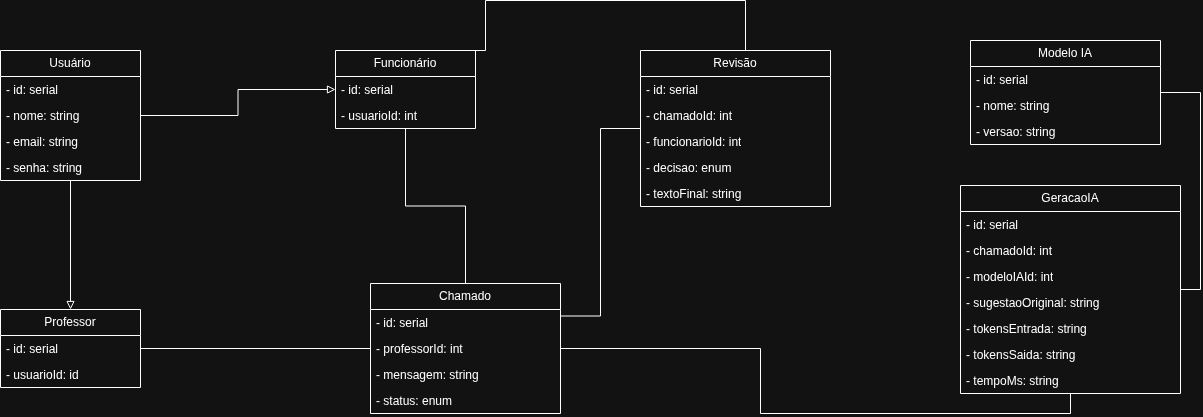
kaue0000/teaH keeps this draw.io diagram as backend/docs/diagrama-de-classes.png. Above is the earlier version. Source tidied: cells renumbered, new cells last; positions are measured from the earlier drawing's top-left corner, leaving out a move shared by most shapes. Its diagram source:
```xml
<mxGraphModel>
  <root>
    <mxCell id="0" />
    <mxCell id="1" parent="0" />
    <mxCell id="2" style="edgeStyle=orthogonalEdgeStyle;rounded=0;jettySize=auto;html=1;entryX=0;entryY=0.5;entryDx=0;entryDy=0;defaultLabelBackgroundColor=page;endArrow=none;endFill=0;" parent="1" edge="1" source="3" target="7">
      <mxGeometry relative="1" as="geometry" />
    </mxCell>
    <mxCell id="3" value="Professor" style="swimlane;fontStyle=0;horizontal=1;startSize=26;fillColor=none;whiteSpace=wrap;html=1;" parent="1" vertex="1">
      <mxGeometry y="309" width="140" height="78" as="geometry" />
    </mxCell>
    <mxCell id="4" value="- id: serial" style="text;strokeColor=none;fillColor=none;align=left;verticalAlign=top;spacingLeft=4;spacingRight=4;overflow=hidden;whiteSpace=wrap;html=1;" parent="3" vertex="1">
      <mxGeometry y="26" width="140" height="26" as="geometry" />
    </mxCell>
    <mxCell id="5" value="- usuarioId: id" style="text;strokeColor=none;fillColor=none;align=left;verticalAlign=top;spacingLeft=4;spacingRight=4;overflow=hidden;whiteSpace=wrap;html=1;" parent="3" vertex="1">
      <mxGeometry y="52" width="140" height="26" as="geometry" />
    </mxCell>
    <mxCell id="6" style="edgeStyle=orthogonalEdgeStyle;rounded=0;jettySize=auto;html=1;entryX=0.5;entryY=1;entryDx=0;entryDy=0;defaultLabelBackgroundColor=page;endArrow=none;endFill=0;" parent="1" edge="1" source="7" target="17">
      <mxGeometry relative="1" as="geometry" />
    </mxCell>
    <mxCell id="7" value="Chamado" style="swimlane;fontStyle=0;horizontal=1;startSize=26;fillColor=none;whiteSpace=wrap;html=1;" parent="1" vertex="1">
      <mxGeometry x="370" y="283" width="190" height="130" as="geometry" />
    </mxCell>
    <mxCell id="8" value="- id: serial" style="text;strokeColor=none;fillColor=none;align=left;verticalAlign=top;spacingLeft=4;spacingRight=4;overflow=hidden;whiteSpace=wrap;html=1;" parent="7" vertex="1">
      <mxGeometry y="26" width="190" height="26" as="geometry" />
    </mxCell>
    <mxCell id="9" value="- professorId: int" style="text;strokeColor=none;fillColor=none;align=left;verticalAlign=top;spacingLeft=4;spacingRight=4;overflow=hidden;whiteSpace=wrap;html=1;" parent="7" vertex="1">
      <mxGeometry y="52" width="190" height="26" as="geometry" />
    </mxCell>
    <mxCell id="10" value="- mensagem: string" style="text;strokeColor=none;fillColor=none;align=left;verticalAlign=top;spacingLeft=4;spacingRight=4;overflow=hidden;whiteSpace=wrap;html=1;" parent="7" vertex="1">
      <mxGeometry y="78" width="190" height="26" as="geometry" />
    </mxCell>
    <mxCell id="11" value="- status: enum" style="text;strokeColor=none;fillColor=none;align=left;verticalAlign=top;spacingLeft=4;spacingRight=4;overflow=hidden;whiteSpace=wrap;html=1;" parent="7" vertex="1">
      <mxGeometry y="104" width="190" height="26" as="geometry" />
    </mxCell>
    <mxCell id="12" style="edgeStyle=orthogonalEdgeStyle;rounded=0;jettySize=auto;html=1;entryX=0.5;entryY=0;entryDx=0;entryDy=0;defaultLabelBackgroundColor=page;endArrow=none;endFill=0;" parent="1" edge="1" source="14" target="7">
      <mxGeometry relative="1" as="geometry" />
    </mxCell>
    <mxCell id="13" style="edgeStyle=orthogonalEdgeStyle;rounded=0;jettySize=auto;html=1;exitX=0.5;exitY=0;exitDx=0;exitDy=0;entryX=0.5;entryY=0;entryDx=0;entryDy=0;defaultLabelBackgroundColor=page;labelPadding=0 4;endArrow=none;endFill=0;" parent="1" edge="1" source="14" target="38">
      <mxGeometry relative="1" as="geometry">
        <Array as="points">
          <mxPoint x="485" />
          <mxPoint x="745" />
          <mxPoint x="745" y="50" />
        </Array>
      </mxGeometry>
    </mxCell>
    <mxCell id="14" value="Funcionário" style="swimlane;fontStyle=0;horizontal=1;startSize=26;fillColor=none;whiteSpace=wrap;html=1;" parent="1" vertex="1">
      <mxGeometry x="335" y="50" width="140" height="78" as="geometry" />
    </mxCell>
    <mxCell id="15" value="- id: serial" style="text;strokeColor=none;fillColor=none;align=left;verticalAlign=top;spacingLeft=4;spacingRight=4;overflow=hidden;whiteSpace=wrap;html=1;" parent="14" vertex="1">
      <mxGeometry y="26" width="140" height="26" as="geometry" />
    </mxCell>
    <mxCell id="16" value="- usuarioId: int" style="text;strokeColor=none;fillColor=none;align=left;verticalAlign=top;spacingLeft=4;spacingRight=4;overflow=hidden;whiteSpace=wrap;html=1;" parent="14" vertex="1">
      <mxGeometry y="52" width="140" height="26" as="geometry" />
    </mxCell>
    <mxCell id="17" value="GeracaoIA" style="swimlane;fontStyle=0;horizontal=1;startSize=26;fillColor=none;whiteSpace=wrap;html=1;" parent="1" vertex="1">
      <mxGeometry x="960" y="185" width="220" height="208" as="geometry" />
    </mxCell>
    <mxCell id="18" value="- id: serial" style="text;strokeColor=none;fillColor=none;align=left;verticalAlign=top;spacingLeft=4;spacingRight=4;overflow=hidden;whiteSpace=wrap;html=1;" parent="17" vertex="1">
      <mxGeometry y="26" width="220" height="26" as="geometry" />
    </mxCell>
    <mxCell id="19" value="- chamadoId: int" style="text;strokeColor=none;fillColor=none;align=left;verticalAlign=top;spacingLeft=4;spacingRight=4;overflow=hidden;whiteSpace=wrap;html=1;" parent="17" vertex="1">
      <mxGeometry y="52" width="220" height="26" as="geometry" />
    </mxCell>
    <mxCell id="20" value="- modeloIAId: int" style="text;strokeColor=none;fillColor=none;align=left;verticalAlign=top;spacingLeft=4;spacingRight=4;overflow=hidden;whiteSpace=wrap;html=1;" parent="17" vertex="1">
      <mxGeometry y="78" width="220" height="26" as="geometry" />
    </mxCell>
    <mxCell id="21" value="- sugestaoOriginal: string" style="text;strokeColor=none;fillColor=none;align=left;verticalAlign=top;spacingLeft=4;spacingRight=4;overflow=hidden;whiteSpace=wrap;html=1;" parent="17" vertex="1">
      <mxGeometry y="104" width="220" height="26" as="geometry" />
    </mxCell>
    <mxCell id="22" value="- tokensEntrada: string" style="text;strokeColor=none;fillColor=none;align=left;verticalAlign=top;spacingLeft=4;spacingRight=4;overflow=hidden;whiteSpace=wrap;html=1;" parent="17" vertex="1">
      <mxGeometry y="130" width="220" height="26" as="geometry" />
    </mxCell>
    <mxCell id="23" value="- tokensSaida: string" style="text;strokeColor=none;fillColor=none;align=left;verticalAlign=top;spacingLeft=4;spacingRight=4;overflow=hidden;whiteSpace=wrap;html=1;" parent="17" vertex="1">
      <mxGeometry y="156" width="220" height="26" as="geometry" />
    </mxCell>
    <mxCell id="24" value="- tempoMs: string" style="text;strokeColor=none;fillColor=none;align=left;verticalAlign=top;spacingLeft=4;spacingRight=4;overflow=hidden;whiteSpace=wrap;html=1;" parent="17" vertex="1">
      <mxGeometry y="182" width="220" height="26" as="geometry" />
    </mxCell>
    <mxCell id="25" style="edgeStyle=orthogonalEdgeStyle;rounded=0;jettySize=auto;html=1;entryX=1;entryY=0.5;entryDx=0;entryDy=0;defaultLabelBackgroundColor=page;labelPadding=0 4;exitX=1;exitY=0.5;exitDx=0;exitDy=0;endArrow=none;endFill=0;" parent="1" edge="1" source="26" target="17">
      <mxGeometry relative="1" as="geometry" />
    </mxCell>
    <mxCell id="26" value="Modelo IA" style="swimlane;fontStyle=0;horizontal=1;startSize=26;fillColor=none;whiteSpace=wrap;html=1;" parent="1" vertex="1">
      <mxGeometry x="970" y="40" width="190" height="104" as="geometry" />
    </mxCell>
    <mxCell id="27" value="- id: serial" style="text;strokeColor=none;fillColor=none;align=left;verticalAlign=top;spacingLeft=4;spacingRight=4;overflow=hidden;whiteSpace=wrap;html=1;" parent="26" vertex="1">
      <mxGeometry y="26" width="190" height="26" as="geometry" />
    </mxCell>
    <mxCell id="28" value="- nome: string" style="text;strokeColor=none;fillColor=none;align=left;verticalAlign=top;spacingLeft=4;spacingRight=4;overflow=hidden;whiteSpace=wrap;html=1;" parent="26" vertex="1">
      <mxGeometry y="52" width="190" height="26" as="geometry" />
    </mxCell>
    <mxCell id="29" value="- versao: string" style="text;strokeColor=none;fillColor=none;align=left;verticalAlign=top;spacingLeft=4;spacingRight=4;overflow=hidden;whiteSpace=wrap;html=1;" parent="26" vertex="1">
      <mxGeometry y="78" width="190" height="26" as="geometry" />
    </mxCell>
    <mxCell id="30" style="edgeStyle=orthogonalEdgeStyle;rounded=0;jettySize=auto;html=1;entryX=0;entryY=0.5;entryDx=0;entryDy=0;defaultLabelBackgroundColor=page;labelPadding=0 4;endArrow=block;endFill=0;exitX=1;exitY=0.5;exitDx=0;exitDy=0;" parent="1" edge="1" source="34" target="14">
      <mxGeometry relative="1" as="geometry" />
    </mxCell>
    <mxCell id="31" style="edgeStyle=orthogonalEdgeStyle;rounded=0;jettySize=auto;html=1;exitX=0.5;exitY=1;exitDx=0;exitDy=0;entryX=0.5;entryY=0;entryDx=0;entryDy=0;defaultLabelBackgroundColor=page;labelPadding=0 4;endArrow=block;endFill=0;" parent="1" edge="1" source="32" target="3">
      <mxGeometry relative="1" as="geometry" />
    </mxCell>
    <mxCell id="32" value="Usuário" style="swimlane;fontStyle=0;horizontal=1;startSize=26;fillColor=none;whiteSpace=wrap;html=1;" parent="1" vertex="1">
      <mxGeometry y="50" width="140" height="130" as="geometry" />
    </mxCell>
    <mxCell id="33" value="- id: serial" style="text;strokeColor=none;fillColor=none;align=left;verticalAlign=top;spacingLeft=4;spacingRight=4;overflow=hidden;whiteSpace=wrap;html=1;" parent="32" vertex="1">
      <mxGeometry y="26" width="140" height="26" as="geometry" />
    </mxCell>
    <mxCell id="34" value="- nome: string" style="text;strokeColor=none;fillColor=none;align=left;verticalAlign=top;spacingLeft=4;spacingRight=4;overflow=hidden;points=[[0,0.5],[1,0.5]];portConstraint=eastwest;whiteSpace=wrap;html=1;" parent="32" vertex="1">
      <mxGeometry y="52" width="140" height="26" as="geometry" />
    </mxCell>
    <mxCell id="35" value="- email: string" style="text;strokeColor=none;fillColor=none;align=left;verticalAlign=top;spacingLeft=4;spacingRight=4;overflow=hidden;whiteSpace=wrap;html=1;" parent="32" vertex="1">
      <mxGeometry y="78" width="140" height="26" as="geometry" />
    </mxCell>
    <mxCell id="36" value="- senha: string" style="text;strokeColor=none;fillColor=none;align=left;verticalAlign=top;spacingLeft=4;spacingRight=4;overflow=hidden;whiteSpace=wrap;html=1;" parent="32" vertex="1">
      <mxGeometry y="104" width="140" height="26" as="geometry" />
    </mxCell>
    <mxCell id="37" style="edgeStyle=orthogonalEdgeStyle;rounded=0;jettySize=auto;html=1;entryX=1;entryY=0.25;entryDx=0;entryDy=0;defaultLabelBackgroundColor=page;labelPadding=0 4;endArrow=none;endFill=0;" parent="1" edge="1" source="38" target="7">
      <mxGeometry x="0.58" relative="1" as="geometry" />
    </mxCell>
    <mxCell id="38" value="Revisão" style="swimlane;fontStyle=0;horizontal=1;startSize=26;fillColor=none;whiteSpace=wrap;html=1;" parent="1" vertex="1">
      <mxGeometry x="640" y="50" width="190" height="156" as="geometry" />
    </mxCell>
    <mxCell id="39" value="- id: serial" style="text;strokeColor=none;fillColor=none;align=left;verticalAlign=top;spacingLeft=4;spacingRight=4;overflow=hidden;whiteSpace=wrap;html=1;" parent="38" vertex="1">
      <mxGeometry y="26" width="190" height="26" as="geometry" />
    </mxCell>
    <mxCell id="40" value="- chamadoId: int" style="text;strokeColor=none;fillColor=none;align=left;verticalAlign=top;spacingLeft=4;spacingRight=4;overflow=hidden;whiteSpace=wrap;html=1;" parent="38" vertex="1">
      <mxGeometry y="52" width="190" height="26" as="geometry" />
    </mxCell>
    <mxCell id="41" value="- funcionarioId: int" style="text;strokeColor=none;fillColor=none;align=left;verticalAlign=top;spacingLeft=4;spacingRight=4;overflow=hidden;whiteSpace=wrap;html=1;" parent="38" vertex="1">
      <mxGeometry y="78" width="190" height="26" as="geometry" />
    </mxCell>
    <mxCell id="42" value="- decisao: enum" style="text;strokeColor=none;fillColor=none;align=left;verticalAlign=top;spacingLeft=4;spacingRight=4;overflow=hidden;whiteSpace=wrap;html=1;" parent="38" vertex="1">
      <mxGeometry y="104" width="190" height="26" as="geometry" />
    </mxCell>
    <mxCell id="43" value="- textoFinal: string" style="text;strokeColor=none;fillColor=none;align=left;verticalAlign=top;spacingLeft=4;spacingRight=4;overflow=hidden;whiteSpace=wrap;html=1;" parent="38" vertex="1">
      <mxGeometry y="130" width="190" height="26" as="geometry" />
    </mxCell>
  </root>
</mxGraphModel>
```
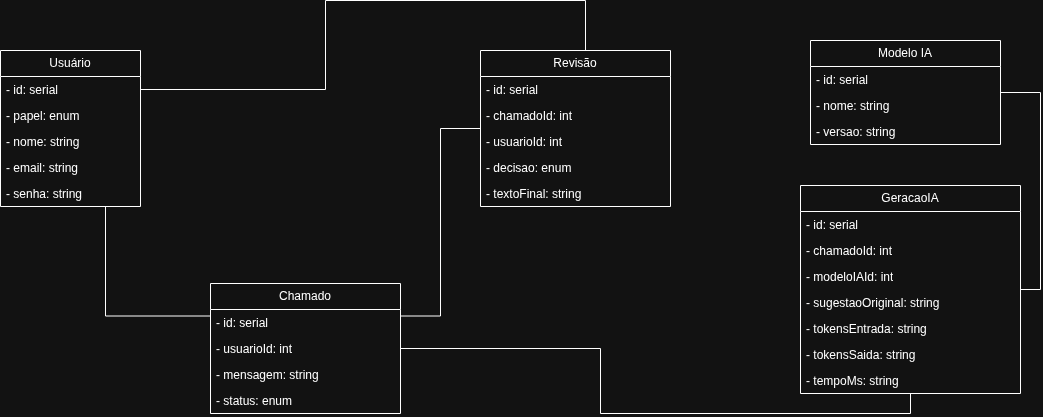
After the change.

Commit message:
docs: Unifica classe de usuarios com coluna de papel

Diff of the diagram source:
```diff
@@ -2,28 +2,19 @@
   <root>
     <mxCell id="0" />
     <mxCell id="1" parent="0" />
-    <mxCell id="2" style="edgeStyle=orthogonalEdgeStyle;rounded=0;jettySize=auto;html=1;entryX=0;entryY=0.5;entryDx=0;entryDy=0;defaultLabelBackgroundColor=page;endArrow=none;endFill=0;" parent="1" edge="1" source="3" target="7">
-      <mxGeometry relative="1" as="geometry" />
-    </mxCell>
-    <mxCell id="3" value="Professor" style="swimlane;fontStyle=0;horizontal=1;startSize=26;fillColor=none;whiteSpace=wrap;html=1;" parent="1" vertex="1">
-      <mxGeometry y="309" width="140" height="78" as="geometry" />
-    </mxCell>
-    <mxCell id="4" value="- id: serial" style="text;strokeColor=none;fillColor=none;align=left;verticalAlign=top;spacingLeft=4;spacingRight=4;overflow=hidden;whiteSpace=wrap;html=1;" parent="3" vertex="1">
-      <mxGeometry y="26" width="140" height="26" as="geometry" />
-    </mxCell>
-    <mxCell id="5" value="- usuarioId: id" style="text;strokeColor=none;fillColor=none;align=left;verticalAlign=top;spacingLeft=4;spacingRight=4;overflow=hidden;whiteSpace=wrap;html=1;" parent="3" vertex="1">
-      <mxGeometry y="52" width="140" height="26" as="geometry" />
-    </mxCell>
     <mxCell id="6" style="edgeStyle=orthogonalEdgeStyle;rounded=0;jettySize=auto;html=1;entryX=0.5;entryY=1;entryDx=0;entryDy=0;defaultLabelBackgroundColor=page;endArrow=none;endFill=0;" parent="1" edge="1" source="7" target="17">
       <mxGeometry relative="1" as="geometry" />
     </mxCell>
+    <mxCell id="44" style="edgeStyle=orthogonalEdgeStyle;rounded=0;jettySize=auto;html=1;exitX=0;exitY=0.25;exitDx=0;exitDy=0;entryX=0.75;entryY=1;entryDx=0;entryDy=0;defaultLabelBackgroundColor=page;labelPadding=0 4;endArrow=none;endFill=0;" parent="1" edge="1" source="7" target="32">
+      <mxGeometry relative="1" as="geometry" />
+    </mxCell>
     <mxCell id="7" value="Chamado" style="swimlane;fontStyle=0;horizontal=1;startSize=26;fillColor=none;whiteSpace=wrap;html=1;" parent="1" vertex="1">
       <mxGeometry x="370" y="283" width="190" height="130" as="geometry" />
     </mxCell>
     <mxCell id="8" value="- id: serial" style="text;strokeColor=none;fillColor=none;align=left;verticalAlign=top;spacingLeft=4;spacingRight=4;overflow=hidden;whiteSpace=wrap;html=1;" parent="7" vertex="1">
       <mxGeometry y="26" width="190" height="26" as="geometry" />
     </mxCell>
-    <mxCell id="9" value="- professorId: int" style="text;strokeColor=none;fillColor=none;align=left;verticalAlign=top;spacingLeft=4;spacingRight=4;overflow=hidden;whiteSpace=wrap;html=1;" parent="7" vertex="1">
+    <mxCell id="9" value="- usuarioId: int" style="text;strokeColor=none;fillColor=none;align=left;verticalAlign=top;spacingLeft=4;spacingRight=4;overflow=hidden;whiteSpace=wrap;html=1;" parent="7" vertex="1">
       <mxGeometry y="52" width="190" height="26" as="geometry" />
     </mxCell>
     <mxCell id="10" value="- mensagem: string" style="text;strokeColor=none;fillColor=none;align=left;verticalAlign=top;spacingLeft=4;spacingRight=4;overflow=hidden;whiteSpace=wrap;html=1;" parent="7" vertex="1">
@@ -32,27 +23,16 @@
     <mxCell id="11" value="- status: enum" style="text;strokeColor=none;fillColor=none;align=left;verticalAlign=top;spacingLeft=4;spacingRight=4;overflow=hidden;whiteSpace=wrap;html=1;" parent="7" vertex="1">
       <mxGeometry y="104" width="190" height="26" as="geometry" />
     </mxCell>
-    <mxCell id="12" style="edgeStyle=orthogonalEdgeStyle;rounded=0;jettySize=auto;html=1;entryX=0.5;entryY=0;entryDx=0;entryDy=0;defaultLabelBackgroundColor=page;endArrow=none;endFill=0;" parent="1" edge="1" source="14" target="7">
-      <mxGeometry relative="1" as="geometry" />
-    </mxCell>
-    <mxCell id="13" style="edgeStyle=orthogonalEdgeStyle;rounded=0;jettySize=auto;html=1;exitX=0.5;exitY=0;exitDx=0;exitDy=0;entryX=0.5;entryY=0;entryDx=0;entryDy=0;defaultLabelBackgroundColor=page;labelPadding=0 4;endArrow=none;endFill=0;" parent="1" edge="1" source="14" target="38">
-      <mxGeometry relative="1" as="geometry">
+    <mxCell id="13" style="edgeStyle=orthogonalEdgeStyle;rounded=0;jettySize=auto;html=1;exitX=1;exitY=0.25;exitDx=0;exitDy=0;entryX=0.5;entryY=0;entryDx=0;entryDy=0;defaultLabelBackgroundColor=page;labelPadding=0 4;endArrow=none;endFill=0;" parent="1" edge="1" source="32" target="38">
+      <mxGeometry x="0.4" relative="1" as="geometry">
         <Array as="points">
+          <mxPoint x="485" y="89" />
           <mxPoint x="485" />
           <mxPoint x="745" />
           <mxPoint x="745" y="50" />
         </Array>
       </mxGeometry>
     </mxCell>
-    <mxCell id="14" value="Funcionário" style="swimlane;fontStyle=0;horizontal=1;startSize=26;fillColor=none;whiteSpace=wrap;html=1;" parent="1" vertex="1">
-      <mxGeometry x="335" y="50" width="140" height="78" as="geometry" />
-    </mxCell>
-    <mxCell id="15" value="- id: serial" style="text;strokeColor=none;fillColor=none;align=left;verticalAlign=top;spacingLeft=4;spacingRight=4;overflow=hidden;whiteSpace=wrap;html=1;" parent="14" vertex="1">
-      <mxGeometry y="26" width="140" height="26" as="geometry" />
-    </mxCell>
-    <mxCell id="16" value="- usuarioId: int" style="text;strokeColor=none;fillColor=none;align=left;verticalAlign=top;spacingLeft=4;spacingRight=4;overflow=hidden;whiteSpace=wrap;html=1;" parent="14" vertex="1">
-      <mxGeometry y="52" width="140" height="26" as="geometry" />
-    </mxCell>
     <mxCell id="17" value="GeracaoIA" style="swimlane;fontStyle=0;horizontal=1;startSize=26;fillColor=none;whiteSpace=wrap;html=1;" parent="1" vertex="1">
       <mxGeometry x="960" y="185" width="220" height="208" as="geometry" />
     </mxCell>
@@ -92,26 +72,23 @@
     <mxCell id="29" value="- versao: string" style="text;strokeColor=none;fillColor=none;align=left;verticalAlign=top;spacingLeft=4;spacingRight=4;overflow=hidden;whiteSpace=wrap;html=1;" parent="26" vertex="1">
       <mxGeometry y="78" width="190" height="26" as="geometry" />
     </mxCell>
-    <mxCell id="30" style="edgeStyle=orthogonalEdgeStyle;rounded=0;jettySize=auto;html=1;entryX=0;entryY=0.5;entryDx=0;entryDy=0;defaultLabelBackgroundColor=page;labelPadding=0 4;endArrow=block;endFill=0;exitX=1;exitY=0.5;exitDx=0;exitDy=0;" parent="1" edge="1" source="34" target="14">
-      <mxGeometry relative="1" as="geometry" />
-    </mxCell>
-    <mxCell id="31" style="edgeStyle=orthogonalEdgeStyle;rounded=0;jettySize=auto;html=1;exitX=0.5;exitY=1;exitDx=0;exitDy=0;entryX=0.5;entryY=0;entryDx=0;entryDy=0;defaultLabelBackgroundColor=page;labelPadding=0 4;endArrow=block;endFill=0;" parent="1" edge="1" source="32" target="3">
-      <mxGeometry relative="1" as="geometry" />
-    </mxCell>
     <mxCell id="32" value="Usuário" style="swimlane;fontStyle=0;horizontal=1;startSize=26;fillColor=none;whiteSpace=wrap;html=1;" parent="1" vertex="1">
-      <mxGeometry y="50" width="140" height="130" as="geometry" />
+      <mxGeometry x="160" y="50" width="140" height="156" as="geometry" />
     </mxCell>
     <mxCell id="33" value="- id: serial" style="text;strokeColor=none;fillColor=none;align=left;verticalAlign=top;spacingLeft=4;spacingRight=4;overflow=hidden;whiteSpace=wrap;html=1;" parent="32" vertex="1">
       <mxGeometry y="26" width="140" height="26" as="geometry" />
     </mxCell>
+    <mxCell id="45" value="- papel: enum" style="text;strokeColor=none;fillColor=none;align=left;verticalAlign=top;spacingLeft=4;spacingRight=4;overflow=hidden;whiteSpace=wrap;html=1;" parent="32" vertex="1">
+      <mxGeometry y="52" width="140" height="26" as="geometry" />
+    </mxCell>
     <mxCell id="34" value="- nome: string" style="text;strokeColor=none;fillColor=none;align=left;verticalAlign=top;spacingLeft=4;spacingRight=4;overflow=hidden;points=[[0,0.5],[1,0.5]];portConstraint=eastwest;whiteSpace=wrap;html=1;" parent="32" vertex="1">
-      <mxGeometry y="52" width="140" height="26" as="geometry" />
+      <mxGeometry y="78" width="140" height="26" as="geometry" />
     </mxCell>
     <mxCell id="35" value="- email: string" style="text;strokeColor=none;fillColor=none;align=left;verticalAlign=top;spacingLeft=4;spacingRight=4;overflow=hidden;whiteSpace=wrap;html=1;" parent="32" vertex="1">
-      <mxGeometry y="78" width="140" height="26" as="geometry" />
+      <mxGeometry y="104" width="140" height="26" as="geometry" />
     </mxCell>
     <mxCell id="36" value="- senha: string" style="text;strokeColor=none;fillColor=none;align=left;verticalAlign=top;spacingLeft=4;spacingRight=4;overflow=hidden;whiteSpace=wrap;html=1;" parent="32" vertex="1">
-      <mxGeometry y="104" width="140" height="26" as="geometry" />
+      <mxGeometry y="130" width="140" height="26" as="geometry" />
     </mxCell>
     <mxCell id="37" style="edgeStyle=orthogonalEdgeStyle;rounded=0;jettySize=auto;html=1;entryX=1;entryY=0.25;entryDx=0;entryDy=0;defaultLabelBackgroundColor=page;labelPadding=0 4;endArrow=none;endFill=0;" parent="1" edge="1" source="38" target="7">
       <mxGeometry x="0.58" relative="1" as="geometry" />
@@ -125,7 +102,7 @@
     <mxCell id="40" value="- chamadoId: int" style="text;strokeColor=none;fillColor=none;align=left;verticalAlign=top;spacingLeft=4;spacingRight=4;overflow=hidden;whiteSpace=wrap;html=1;" parent="38" vertex="1">
       <mxGeometry y="52" width="190" height="26" as="geometry" />
     </mxCell>
-    <mxCell id="41" value="- funcionarioId: int" style="text;strokeColor=none;fillColor=none;align=left;verticalAlign=top;spacingLeft=4;spacingRight=4;overflow=hidden;whiteSpace=wrap;html=1;" parent="38" vertex="1">
+    <mxCell id="41" value="- usuarioId: int" style="text;strokeColor=none;fillColor=none;align=left;verticalAlign=top;spacingLeft=4;spacingRight=4;overflow=hidden;whiteSpace=wrap;html=1;" parent="38" vertex="1">
       <mxGeometry y="78" width="190" height="26" as="geometry" />
     </mxCell>
     <mxCell id="42" value="- decisao: enum" style="text;strokeColor=none;fillColor=none;align=left;verticalAlign=top;spacingLeft=4;spacingRight=4;overflow=hidden;whiteSpace=wrap;html=1;" parent="38" vertex="1">
```
